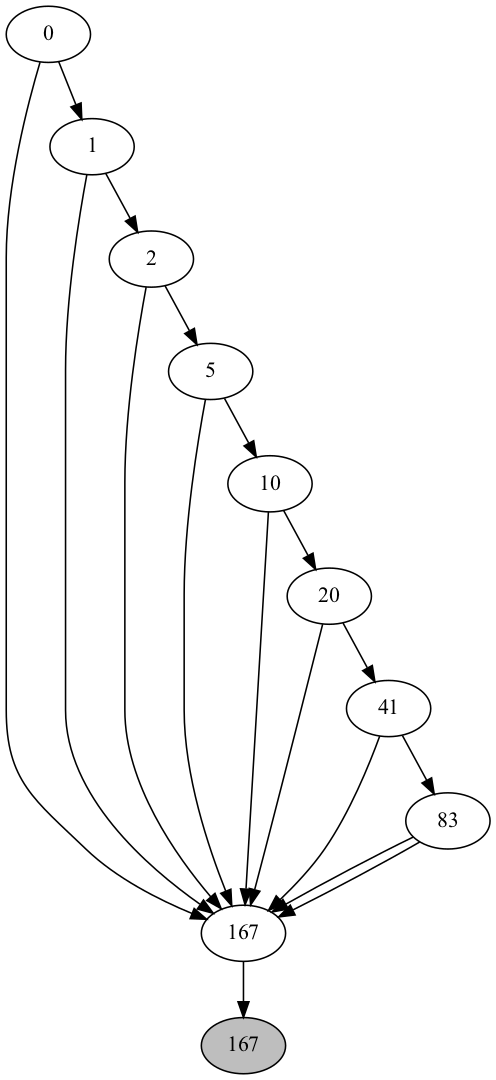
Before: demo/resource/image/background/visualizer.png, a diagram exported from Graphviz (SupurCalvinHiggins/y-fast-trie). Its source is kept beside it as demo/resource/image/visualizer.dot.
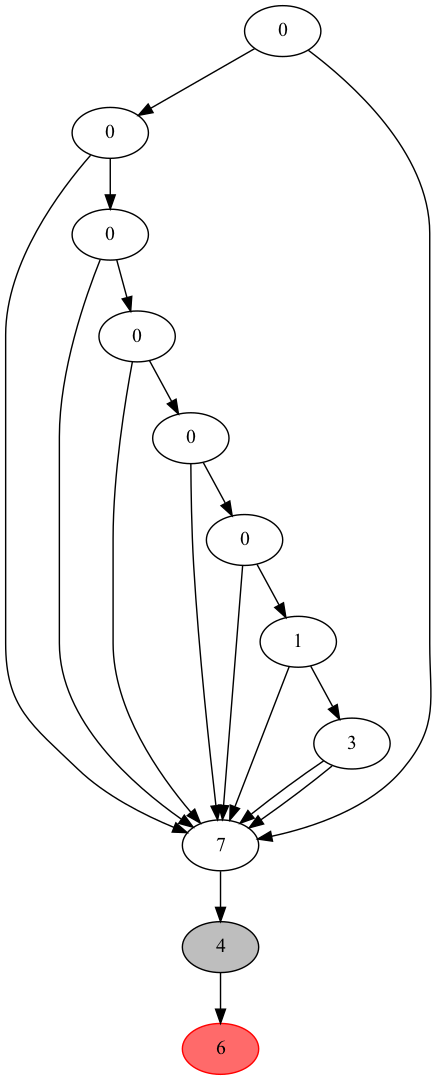
Later version of the same file.

What changed in the source:
```diff
@@ -1,43 +1,45 @@
 digraph {
 	node[style=filled, fillcolor=white];
-	n0x600000506640 -> n0x6000005019c0
-	n0x600000506640 -> n0x600000578e20
-	n0x600000506640[label="0"]
-	{rank = same; n0x600000506640; }
-	n0x600000578e20 -> n0x600000501940
-	n0x600000578e20 -> n0x6000005019c0
-	n0x600000578e20[label="1"]
-	{rank = same; n0x600000578e20; }
-	n0x600000501940 -> n0x6000005019c0
-	n0x600000501940 -> n0x600000514060
-	n0x600000501940[label="2"]
-	{rank = same; n0x600000501940; }
-	n0x600000514060 -> n0x600000506c20
-	n0x600000514060 -> n0x6000005019c0
-	n0x600000514060[label="5"]
-	{rank = same; n0x600000514060; }
-	n0x600000506c20 -> n0x600000506b20
-	n0x600000506c20 -> n0x6000005019c0
-	n0x600000506c20[label="10"]
-	{rank = same; n0x600000506c20; }
-	n0x600000506b20 -> n0x6000005019c0
-	n0x600000506b20 -> n0x600000578ec0
-	n0x600000506b20[label="20"]
-	{rank = same; n0x600000506b20; }
-	n0x600000578ec0 -> n0x6000005019c0
-	n0x600000578ec0 -> n0x600000517da0
-	n0x600000578ec0[label="41"]
-	{rank = same; n0x600000578ec0; }
-	n0x600000517da0 -> n0x6000005019c0
-	n0x600000517da0 -> n0x6000005019c0
-	n0x600000517da0[label="83"]
-	{rank = same; n0x600000517da0; }
-	n0x6000005019c0[label="167"]
-	{rank = same; n0x6000005019c0; }
-n0x6000005019c0 -> n0x600000506be0;
-subgraph RBTree0x600000506be0 {
+	n0x60000170da00 -> n0x600001763e40
+	n0x60000170da00 -> n0x600001758080
+	n0x60000170da00[label="0"]
+	{rank = same; n0x60000170da00; }
+	n0x600001763e40 -> n0x600001762d40
+	n0x600001763e40 -> n0x600001758080
+	n0x600001763e40[label="0"]
+	{rank = same; n0x600001763e40; }
+	n0x600001762d40 -> n0x600001763460
+	n0x600001762d40 -> n0x600001758080
+	n0x600001762d40[label="0"]
+	{rank = same; n0x600001762d40; }
+	n0x600001763460 -> n0x600001776c80
+	n0x600001763460 -> n0x600001758080
+	n0x600001763460[label="0"]
+	{rank = same; n0x600001763460; }
+	n0x600001776c80 -> n0x600001764f20
+	n0x600001776c80 -> n0x600001758080
+	n0x600001776c80[label="0"]
+	{rank = same; n0x600001776c80; }
+	n0x600001764f20 -> n0x600001758080
+	n0x600001764f20 -> n0x600001762ce0
+	n0x600001764f20[label="0"]
+	{rank = same; n0x600001764f20; }
+	n0x600001762ce0 -> n0x600001758080
+	n0x600001762ce0 -> n0x600001760880
+	n0x600001762ce0[label="1"]
+	{rank = same; n0x600001762ce0; }
+	n0x600001760880 -> n0x600001758080
+	n0x600001760880 -> n0x600001758080
+	n0x600001760880[label="3"]
+	{rank = same; n0x600001760880; }
+	n0x600001758080[label="7"]
+	{rank = same; n0x600001758080; }
+n0x600001758080 -> n0x600001776fe0;
+subgraph RBTree0x600001776fe0 {
 
-	n0x600000506be0 [label="167", color=black, fillcolor="#bebebe", style=filled];
+	n0x600001776fe0 [label="4", color=black, fillcolor="#bebebe", style=filled];
+	n0x600001760e00 [label="6", color=red, fillcolor="#ff6a6a", style=filled];
+	n0x600001776fe0 -> {n0x600001760e00};
 
 }
 }
```
